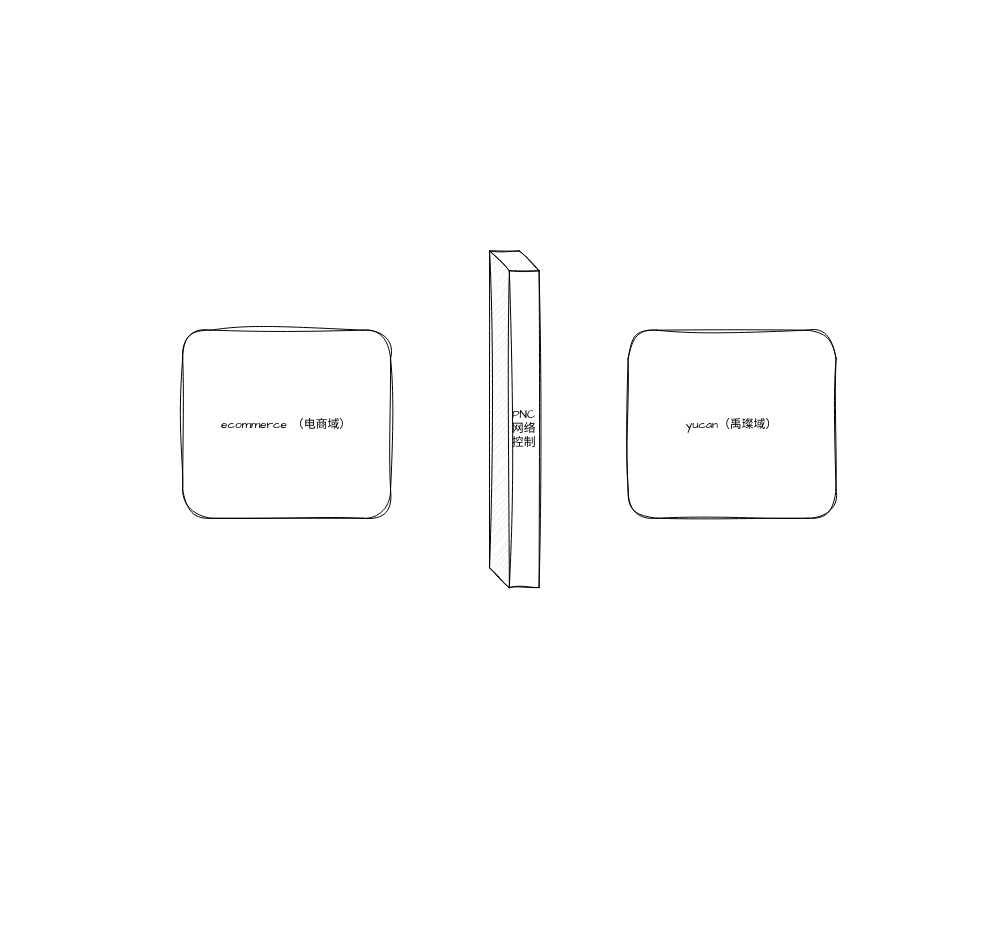
This is 电商域禹璨域.drawio from eeyyee/flowchart, a draw.io file, before an edit. Source tidied: cells renumbered, new cells numbered last; positions are measured from the earlier drawing's top-left corner, leaving out a move shared by most shapes. Both pictures are drawn from the tidied source at 99%, with x=0, y=0 at pixel (182, 250).
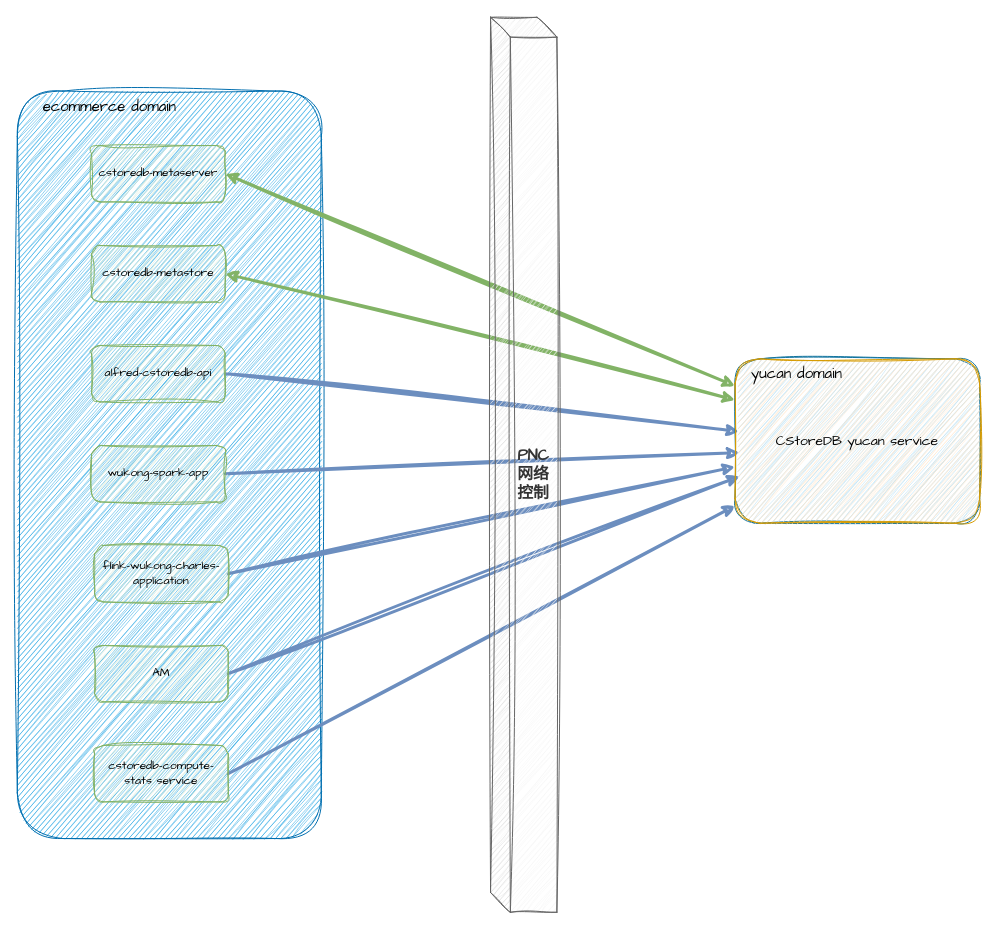
Above is the later version.

Commit message:
更新电商域禹璨域.drawio

Diff of the diagram source:
```diff
@@
-    <mxCell id="2" value="&lt;font face=&quot;Comic Sans MS&quot;&gt;ecommerce （电商域）&lt;/font&gt;" style="rounded=1;whiteSpace=wrap;html=1;sketch=1;curveFitting=1;jiggle=2;" parent="1" vertex="1">
-      <mxGeometry y="80" width="210" height="190" as="geometry" />
+    <mxCell id="2" style="rounded=1;whiteSpace=wrap;html=1;sketch=1;curveFitting=1;jiggle=2;fillColor=#1ba1e2;fontColor=#ffffff;strokeColor=#006EAF;" parent="1" vertex="1">
+      <mxGeometry x="-167" y="-161.5" width="307" height="755" as="geometry" />
     </mxCell>
-    <mxCell id="3" value="&lt;span style=&quot;font-family: &amp;quot;Comic Sans MS&amp;quot;;&quot;&gt;yucan（&lt;/span&gt;&lt;font face=&quot;Comic Sans MS&quot;&gt;禹璨域）&lt;/font&gt;" style="rounded=1;whiteSpace=wrap;html=1;sketch=1;curveFitting=1;jiggle=2;" parent="1" vertex="1">
-      <mxGeometry x="450" y="80" width="210" height="190" as="geometry" />
-    </mxCell>
+    <mxCell id="5" value="&lt;font style=&quot;font-size: 15px;&quot;&gt;ecommerce domain&lt;/font&gt;" style="text;html=1;whiteSpace=wrap;strokeColor=none;fillColor=none;align=center;verticalAlign=middle;rounded=0;fontFamily=Comic Sans MS;" parent="1" vertex="1">
+      <mxGeometry x="-149" y="-161.5" width="151" height="30" as="geometry" />
+    </mxCell>
+    <mxCell id="6" value="cstoredb-metaserver" style="rounded=1;whiteSpace=wrap;html=1;fontFamily=Comic Sans MS;fillColor=#d5e8d4;strokeColor=#82b366;sketch=1;curveFitting=1;jiggle=2;glass=0;gradientColor=none;shadow=0;" parent="1" vertex="1">
+      <mxGeometry x="-92" y="-106.5" width="135" height="57" as="geometry" />
+    </mxCell>
+    <mxCell id="7" style="edgeStyle=none;rounded=0;jettySize=auto;html=1;exitX=1;exitY=0.5;exitDx=0;exitDy=0;entryX=0;entryY=0.25;entryDx=0;entryDy=0;strokeWidth=3;sketch=1;curveFitting=1;jiggle=2;startArrow=classic;startFill=1;fillColor=#d5e8d4;strokeColor=#82b366;" parent="1" edge="1" source="8" target="21">
+      <mxGeometry relative="1" as="geometry" />
+    </mxCell>
+    <mxCell id="8" value="cstoredb-metastore" style="rounded=1;whiteSpace=wrap;html=1;fontFamily=Comic Sans MS;fillColor=#d5e8d4;strokeColor=#82b366;sketch=1;curveFitting=1;jiggle=2;glass=0;gradientColor=none;shadow=0;" parent="1" vertex="1">
+      <mxGeometry x="-92" y="-5.5" width="135" height="57" as="geometry" />
+    </mxCell>
+    <mxCell id="9" style="edgeStyle=none;rounded=0;jettySize=auto;html=1;exitX=1;exitY=0.5;exitDx=0;exitDy=0;strokeWidth=3;sketch=1;curveFitting=1;jiggle=2;flowAnimation=1;fillColor=#dae8fc;strokeColor=#6c8ebf;entryX=0.016;entryY=0.442;entryDx=0;entryDy=0;entryPerimeter=0;" parent="1" edge="1" source="10" target="21">
+      <mxGeometry relative="1" as="geometry" />
+    </mxCell>
+    <mxCell id="10" value="alfred-cstoredb-api" style="rounded=1;whiteSpace=wrap;html=1;fontFamily=Comic Sans MS;fillColor=#d5e8d4;strokeColor=#82b366;sketch=1;curveFitting=1;jiggle=2;glass=0;gradientColor=none;shadow=0;" parent="1" vertex="1">
+      <mxGeometry x="-92" y="95.5" width="135" height="57" as="geometry" />
+    </mxCell>
+    <mxCell id="11" style="edgeStyle=none;rounded=0;jettySize=auto;html=1;exitX=1;exitY=0.5;exitDx=0;exitDy=0;strokeWidth=3;sketch=1;curveFitting=1;jiggle=2;flowAnimation=1;fillColor=#dae8fc;strokeColor=#6c8ebf;entryX=0.018;entryY=0.57;entryDx=0;entryDy=0;entryPerimeter=0;" parent="1" edge="1" source="12" target="21">
+      <mxGeometry relative="1" as="geometry" />
+    </mxCell>
+    <mxCell id="12" value="wukong-spark-app" style="rounded=1;whiteSpace=wrap;html=1;fontFamily=Comic Sans MS;fillColor=#d5e8d4;strokeColor=#82b366;sketch=1;curveFitting=1;jiggle=2;glass=0;gradientColor=none;shadow=0;" parent="1" vertex="1">
+      <mxGeometry x="-92" y="196.5" width="135" height="57" as="geometry" />
+    </mxCell>
+    <mxCell id="13" style="edgeStyle=none;rounded=0;jettySize=auto;html=1;exitX=1;exitY=0.5;exitDx=0;exitDy=0;strokeWidth=3;sketch=1;curveFitting=1;jiggle=2;flowAnimation=1;fillColor=#dae8fc;strokeColor=#6c8ebf;" parent="1" edge="1" source="14" target="21">
+      <mxGeometry relative="1" as="geometry" />
+    </mxCell>
+    <mxCell id="14" value="&lt;span class=&quot;pre-text pre-text-normal win32&quot; data-v-165e94c6=&quot;&quot;&gt;flink-wukong-charles-application&lt;/span&gt;" style="rounded=1;whiteSpace=wrap;html=1;fontFamily=Comic Sans MS;fillColor=#d5e8d4;strokeColor=#82b366;sketch=1;curveFitting=1;jiggle=2;glass=0;gradientColor=none;shadow=0;" parent="1" vertex="1">
+      <mxGeometry x="-89" y="297.5" width="135" height="57" as="geometry" />
+    </mxCell>
+    <mxCell id="15" style="edgeStyle=none;rounded=0;jettySize=auto;html=1;exitX=1;exitY=0.5;exitDx=0;exitDy=0;strokeWidth=3;sketch=1;curveFitting=1;jiggle=2;flowAnimation=1;fillColor=#dae8fc;strokeColor=#6c8ebf;entryX=0.019;entryY=0.715;entryDx=0;entryDy=0;entryPerimeter=0;" parent="1" edge="1" source="16" target="21">
+      <mxGeometry relative="1" as="geometry" />
+    </mxCell>
+    <mxCell id="16" value="AM" style="rounded=1;whiteSpace=wrap;html=1;fontFamily=Comic Sans MS;fillColor=#d5e8d4;strokeColor=#82b366;sketch=1;curveFitting=1;jiggle=2;glass=0;gradientColor=none;shadow=0;" parent="1" vertex="1">
+      <mxGeometry x="-89" y="398.5" width="135" height="57" as="geometry" />
+    </mxCell>
+    <mxCell id="17" style="edgeStyle=none;rounded=0;jettySize=auto;html=1;exitX=1;exitY=0.5;exitDx=0;exitDy=0;strokeWidth=3;sketch=1;curveFitting=1;jiggle=2;flowAnimation=1;fillColor=#dae8fc;strokeColor=#6c8ebf;" parent="1" edge="1" source="18" target="21">
+      <mxGeometry relative="1" as="geometry" />
+    </mxCell>
+    <mxCell id="18" value="cstoredb-compute-stats service" style="rounded=1;whiteSpace=wrap;html=1;fontFamily=Comic Sans MS;fillColor=#d5e8d4;strokeColor=#82b366;sketch=1;curveFitting=1;jiggle=2;glass=0;gradientColor=none;shadow=0;" parent="1" vertex="1">
+      <mxGeometry x="-89" y="499.5" width="135" height="57" as="geometry" />
+    </mxCell>
+    <mxCell id="19" style="rounded=0;jettySize=auto;html=1;exitX=1;exitY=0.5;exitDx=0;exitDy=0;entryX=0;entryY=0.165;entryDx=0;entryDy=0;entryPerimeter=0;strokeWidth=3;sketch=1;curveFitting=1;jiggle=2;startArrow=classic;startFill=1;fillColor=#d5e8d4;strokeColor=#82b366;" parent="1" edge="1" source="6" target="21">
+      <mxGeometry relative="1" as="geometry" />
+    </mxCell>
-    <mxCell id="4" value="PNC网络控制" style="shape=cube;whiteSpace=wrap;html=1;boundedLbl=1;backgroundOutline=1;darkOpacity=0.05;darkOpacity2=0.1;sketch=1;hachureGap=4;jiggle=2;curveFitting=1;fontFamily=Architects Daughter;" parent="1" vertex="1">
-      <mxGeometry x="310" width="50" height="340" as="geometry" />
+    <mxCell id="4" value="&lt;font face=&quot;Comic Sans MS&quot; style=&quot;font-size: 16px;&quot;&gt;&lt;b&gt;PNC网络控制&lt;/b&gt;&lt;/font&gt;" style="shape=cube;whiteSpace=wrap;html=1;boundedLbl=1;backgroundOutline=1;darkOpacity=0.05;darkOpacity2=0.1;sketch=1;hachureGap=4;jiggle=2;curveFitting=1;fontFamily=Architects Daughter;fillColor=#f5f5f5;strokeColor=#666666;fontColor=#333333;" parent="1" vertex="1">
+      <mxGeometry x="311" y="-236" width="67" height="904" as="geometry" />
     </mxCell>
+    <mxCell id="20" style="group;fillColor=#b1ddf0;strokeColor=#10739e;rounded=1;sketch=1;curveFitting=1;jiggle=2;" parent="1" vertex="1">
+      <mxGeometry x="558" y="109" width="247" height="166" as="geometry" />
+    </mxCell>
+    <mxCell id="21" value="&lt;font style=&quot;font-size: 14px;&quot;&gt;CStoreDB yucan service&lt;/font&gt;" style="rounded=1;whiteSpace=wrap;html=1;fontFamily=Comic Sans MS;sketch=1;curveFitting=1;jiggle=2;fillColor=#ffe6cc;strokeColor=#d79b00;" parent="20" vertex="1">
+      <mxGeometry width="247" height="166" as="geometry" />
+    </mxCell>
+    <mxCell id="22" value="&lt;font style=&quot;font-size: 15px;&quot;&gt;yucan domain&lt;/font&gt;" style="text;html=1;whiteSpace=wrap;strokeColor=none;fillColor=none;align=center;verticalAlign=middle;rounded=0;fontFamily=Comic Sans MS;dashed=1;dashPattern=8 8;" parent="20" vertex="1">
+      <mxGeometry x="14" width="97" height="30" as="geometry" />
+    </mxCell>
```
